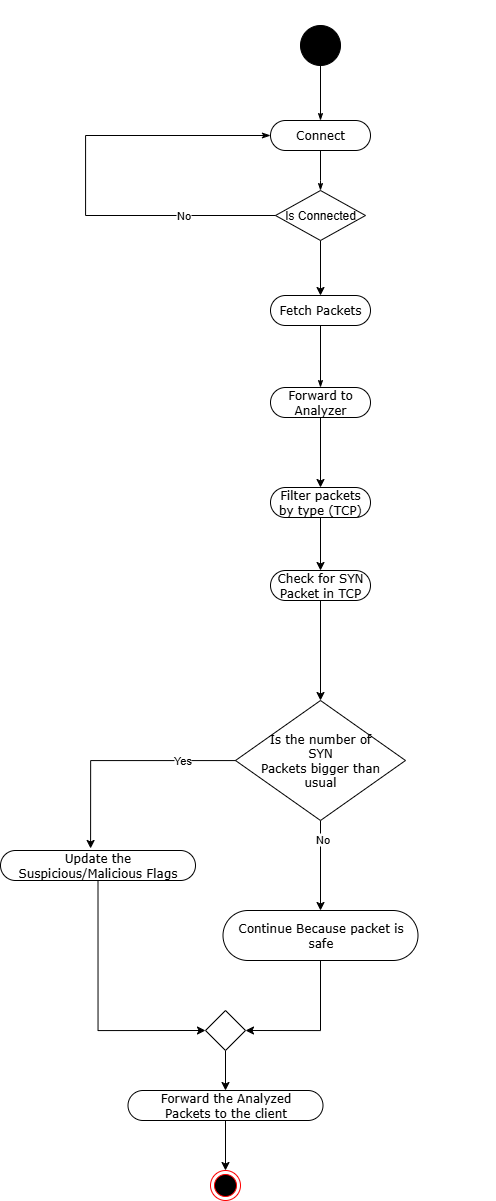
This is הפרוייקט/Activity.drawio.png from EyasSh/WiresharkClone, a draw.io export, as it was before one commit. Source tidied: cells renumbered, new cells last; positions are measured from the earlier drawing's top-left corner, leaving out a move shared by most shapes.
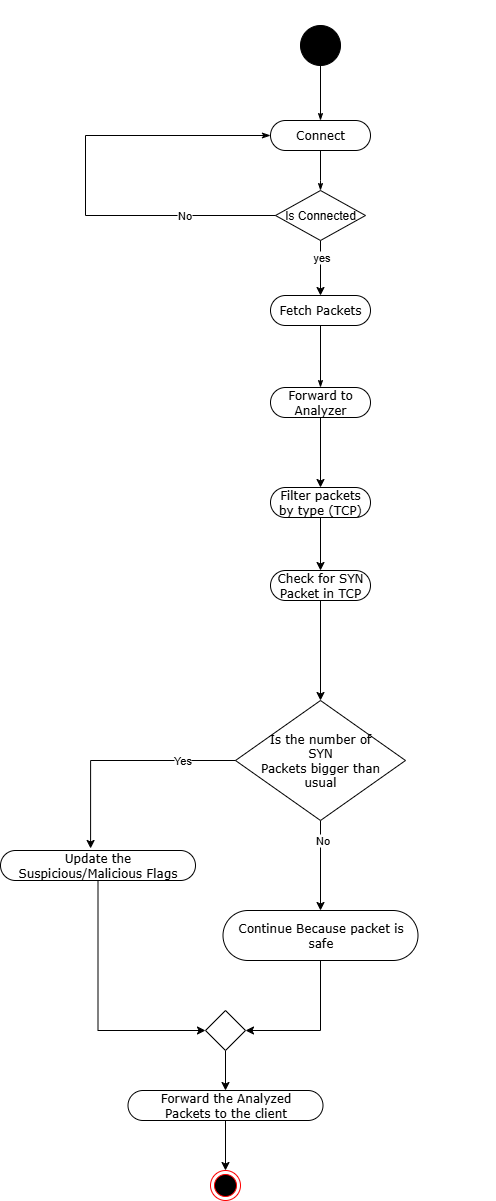
The same diagram one commit later.

Commit message:
word editing

The edit, as a diff of the source:
```diff
@@ -16,6 +16,9 @@
     <mxCell id="5" style="edgeStyle=orthogonalEdgeStyle;rounded=0;jettySize=auto;html=1;exitX=0.5;exitY=1;exitDx=0;exitDy=0;" parent="4" edge="1" source="14" target="6">
       <mxGeometry relative="1" as="geometry" />
     </mxCell>
+    <mxCell id="35" value="yes" style="edgeLabel;html=1;align=center;verticalAlign=middle;" parent="5" vertex="1">
+      <mxGeometry x="-0.4" relative="1" as="geometry" />
+    </mxCell>
     <mxCell id="6" value="Fetch Packets" style="rounded=1;whiteSpace=wrap;html=1;shadow=0;comic=0;labelBackgroundColor=none;strokeWidth=1;fontFamily=Verdana;fontSize=12;align=center;arcSize=50;" parent="4" vertex="1">
       <mxGeometry x="75" y="275" width="100" height="30" as="geometry" />
     </mxCell>
```
